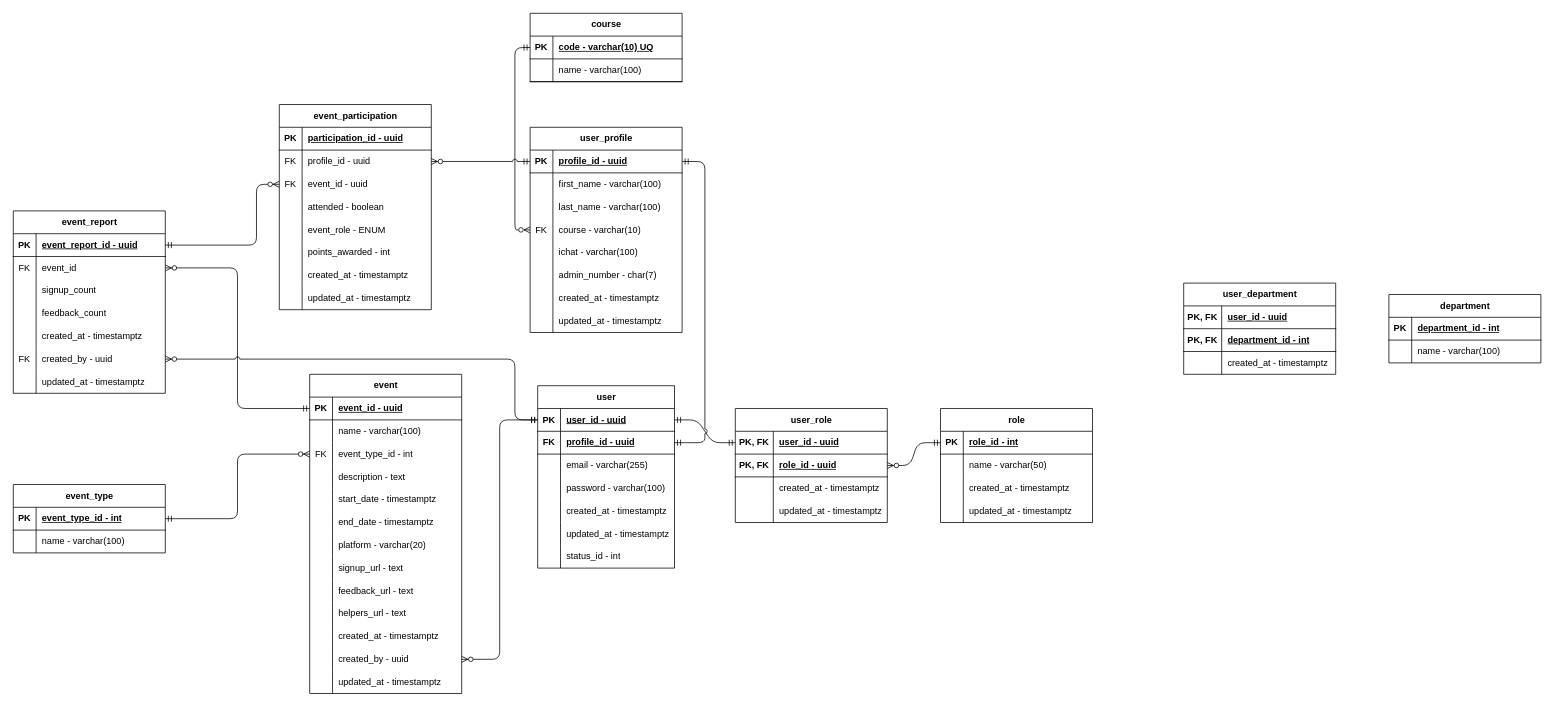
The draw.io diagram documentation/entity-diagram.drawio in proj-root/project-auxilium, before the edit. Source tidied: cells renumbered, new cells numbered last; positions are measured from the earlier drawing's top-left corner, leaving out a move shared by most shapes. Both pictures are drawn from the tidied source at 76%, with x=0, y=0 at pixel (13, 13).
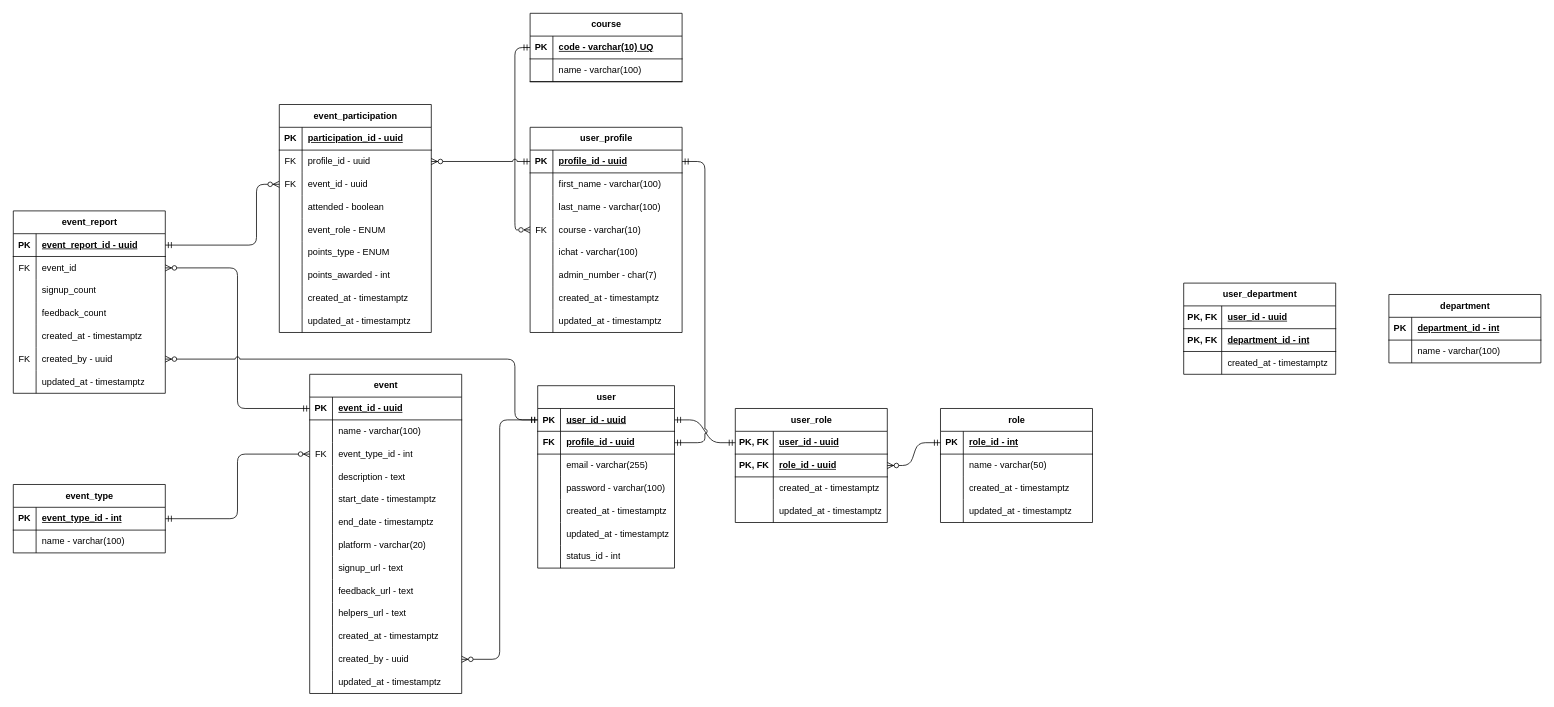
The same diagram, later.

Commit message (it also covers changes not shown here):
minor: added points type to schema and updated engine

What changed in the source:
```diff
@@
     <mxCell id="176" value="event_participation" style="shape=table;startSize=30;childLayout=tableLayout;rowLines=0;fontStyle=1;align=center;html=1;" parent="1" vertex="1">
-      <mxGeometry x="350" y="120" width="200" height="270" as="geometry" />
+      <mxGeometry x="350" y="120" width="200" height="300" as="geometry" />
     </mxCell>
@@
+    <mxCell id="203" style="shape=tableRow;horizontal=0;startSize=0;swimlaneHead=0;swimlaneBody=0;fillColor=none;top=0;left=0;right=0;bottom=0;" parent="176" vertex="1">
+      <mxGeometry y="180" width="200" height="30" as="geometry" />
+    </mxCell>
+    <mxCell id="204" style="shape=partialRectangle;fillColor=none;top=0;left=0;bottom=0;right=0;overflow=hidden;whiteSpace=wrap;html=1;" parent="203" vertex="1">
+      <mxGeometry width="30" height="30" as="geometry" />
+    </mxCell>
+    <mxCell id="205" value="points_type - ENUM" style="shape=partialRectangle;fillColor=none;top=0;left=0;bottom=0;right=0;align=left;spacingLeft=6;overflow=hidden;whiteSpace=wrap;html=1;" parent="203" vertex="1">
+      <mxGeometry x="30" width="170" height="30" as="geometry" />
+    </mxCell>
     <mxCell id="192" style="shape=tableRow;horizontal=0;startSize=0;swimlaneHead=0;swimlaneBody=0;fillColor=none;top=0;left=0;right=0;bottom=0;" parent="176" vertex="1">
-      <mxGeometry y="180" width="200" height="30" as="geometry" />
+      <mxGeometry y="210" width="200" height="30" as="geometry" />
     </mxCell>
@@
     <mxCell id="195" style="shape=tableRow;horizontal=0;startSize=0;swimlaneHead=0;swimlaneBody=0;fillColor=none;top=0;left=0;right=0;bottom=0;" parent="176" vertex="1">
-      <mxGeometry y="210" width="200" height="30" as="geometry" />
+      <mxGeometry y="240" width="200" height="30" as="geometry" />
     </mxCell>
@@
     <mxCell id="198" style="shape=tableRow;horizontal=0;startSize=0;swimlaneHead=0;swimlaneBody=0;fillColor=none;top=0;left=0;right=0;bottom=0;" parent="176" vertex="1">
-      <mxGeometry y="240" width="200" height="30" as="geometry" />
+      <mxGeometry y="270" width="200" height="30" as="geometry" />
     </mxCell>
```
